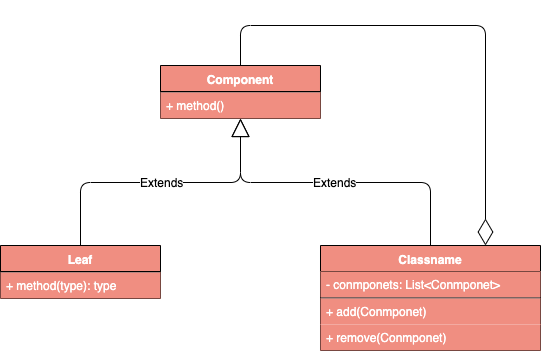
Above: docs/drawio/Composite.png in CodePoem/VDesignPatterns (draw.io), before the change. Source tidied: cells renumbered, new cells last; positions are measured from the earlier drawing's top-left corner, leaving out a move shared by most shapes.
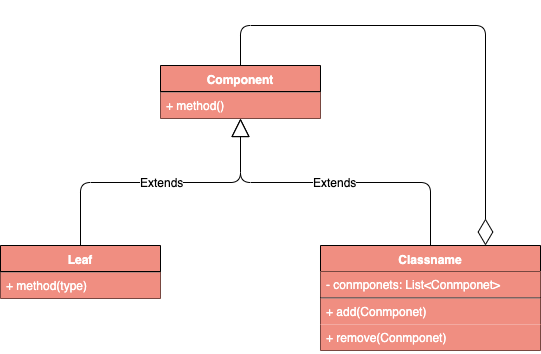
After the change.

Change to the diagram source:
```diff
@@ -32,7 +32,7 @@
     <mxCell id="11" style="line;strokeWidth=1;fillColor=#F08E81;align=left;verticalAlign=middle;spacingTop=-1;spacingLeft=3;spacingRight=3;labelPosition=right;fontColor=#FFFFFF;" parent="10" vertex="1">
       <mxGeometry y="26" width="160" height="1" as="geometry" />
     </mxCell>
-    <mxCell id="12" value="+ method(type): type" style="text;strokeColor=none;fillColor=#F08E81;align=left;verticalAlign=top;spacingLeft=4;spacingRight=4;overflow=hidden;fontColor=#FFFFFF;" parent="10" vertex="1">
+    <mxCell id="12" value="+ method(type)" style="text;strokeColor=none;fillColor=#F08E81;align=left;verticalAlign=top;spacingLeft=4;spacingRight=4;overflow=hidden;fontColor=#FFFFFF;" parent="10" vertex="1">
       <mxGeometry y="27" width="160" height="26" as="geometry" />
     </mxCell>
     <mxCell id="13" value="Extends" style="endArrow=block;endSize=16;endFill=0;html=1;fontColor=#000000;exitX=0.5;exitY=0;exitDx=0;exitDy=0;edgeStyle=orthogonalEdgeStyle;entryX=0.5;entryY=1;entryDx=0;entryDy=0;" parent="1" edge="1" source="10" target="2">
```
